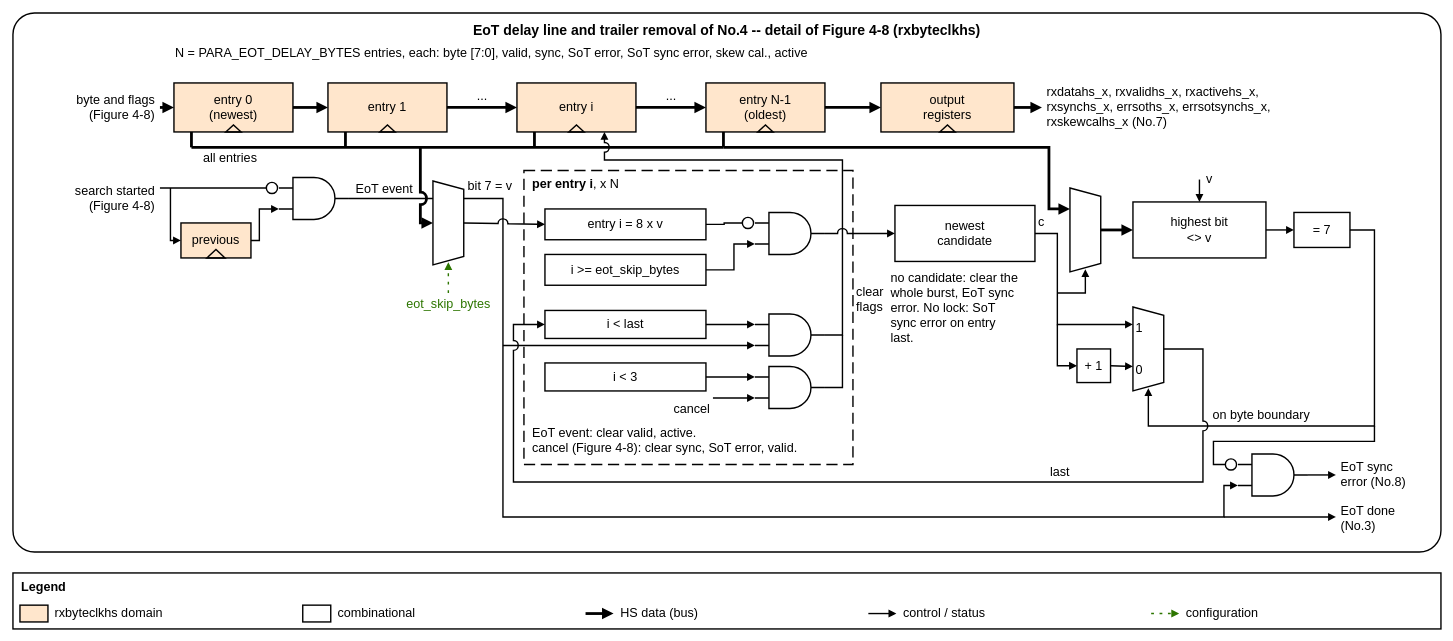
Earlier version of the draw.io diagram 22fdx/rx/digital/hw/rtl/ip/ftel_dphy_rx/doc/figures/ftel_dphy_rx_eot.drawio (ftel-cdc/fu3_dphy). Source tidied: cells renumbered, new cells numbered last; positions are measured from the earlier drawing's top-left corner, leaving out a move shared by most shapes. Both pictures are drawn from the tidied source at 70%, with x=0, y=0 at pixel (13, 13).
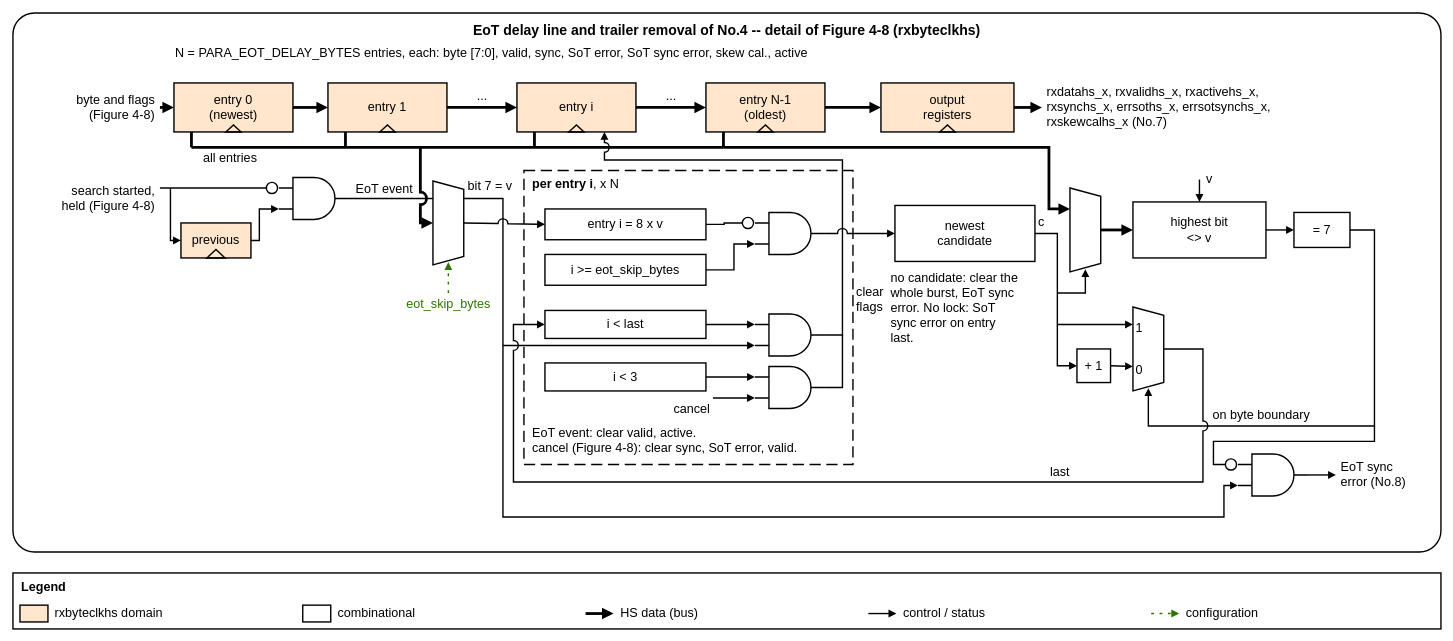
Above is the later version.

Change to the diagram source:
```diff
@@
-    <mxCell id="28" value="search started&lt;br&gt;(Figure 4-8)" style="text;html=1;whiteSpace=wrap;fontSize=18;align=right;verticalAlign=middle;strokeColor=none;fillColor=none;spacing=2;" parent="1" vertex="1">
+    <mxCell id="28" value="search started,&lt;br&gt;held (Figure 4-8)" style="text;html=1;whiteSpace=wrap;fontSize=18;align=right;verticalAlign=middle;strokeColor=none;fillColor=none;spacing=2;" parent="1" vertex="1">
       <mxGeometry x="5" y="235" width="200" height="60" as="geometry" />
     </mxCell>
@@
-    <mxCell id="93" style="endArrow=block;endFill=1;html=1;fontSize=18;edgeStyle=orthogonalEdgeStyle;rounded=0;jumpStyle=arc;jumpSize=12;labelBackgroundColor=#FFFFFF;strokeWidth=2;edgeStyle=none;" parent="1" edge="1">
-      <mxGeometry relative="1" as="geometry">
-        <mxPoint x="1730" y="720" as="sourcePoint" />
-        <mxPoint x="1890" y="720" as="targetPoint" />
-      </mxGeometry>
-    </mxCell>
-    <mxCell id="94" value="EoT done&lt;br&gt;(No.3)" style="text;html=1;whiteSpace=wrap;fontSize=18;align=left;verticalAlign=middle;strokeColor=none;fillColor=none;spacing=2;" parent="1" vertex="1">
-      <mxGeometry x="1895" y="697" width="140" height="50" as="geometry" />
-    </mxCell>
```
